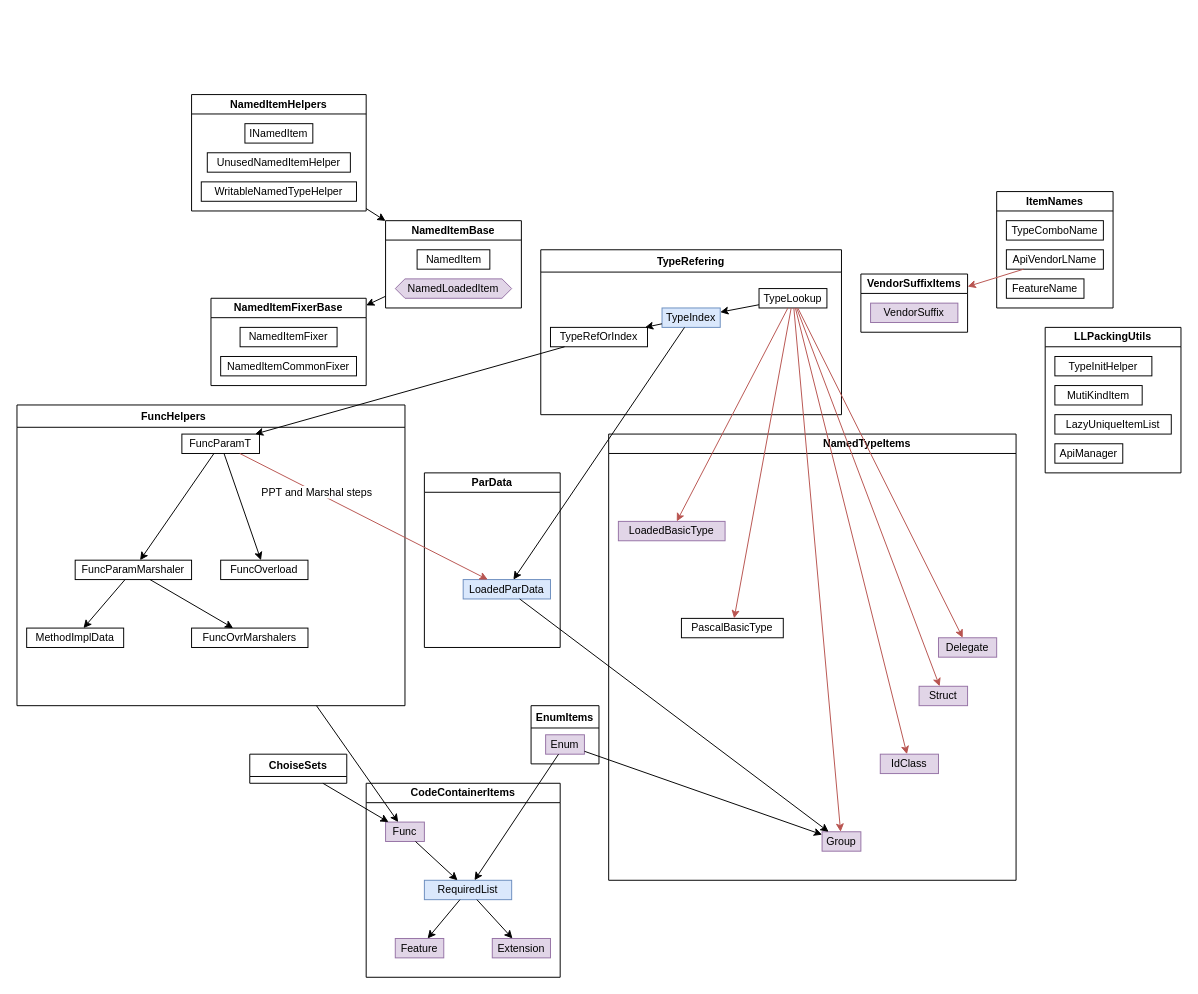
Above: Packing/Template/LowLvl/Types.drawio in SunSerega/POCGL (draw.io), before the change. Source tidied: cells renumbered, new cells numbered last; positions are measured from the earlier drawing's top-left corner, leaving out a move shared by most shapes. Both pictures are drawn from the tidied source at 97%, with x=0, y=0 at pixel (16, 94).
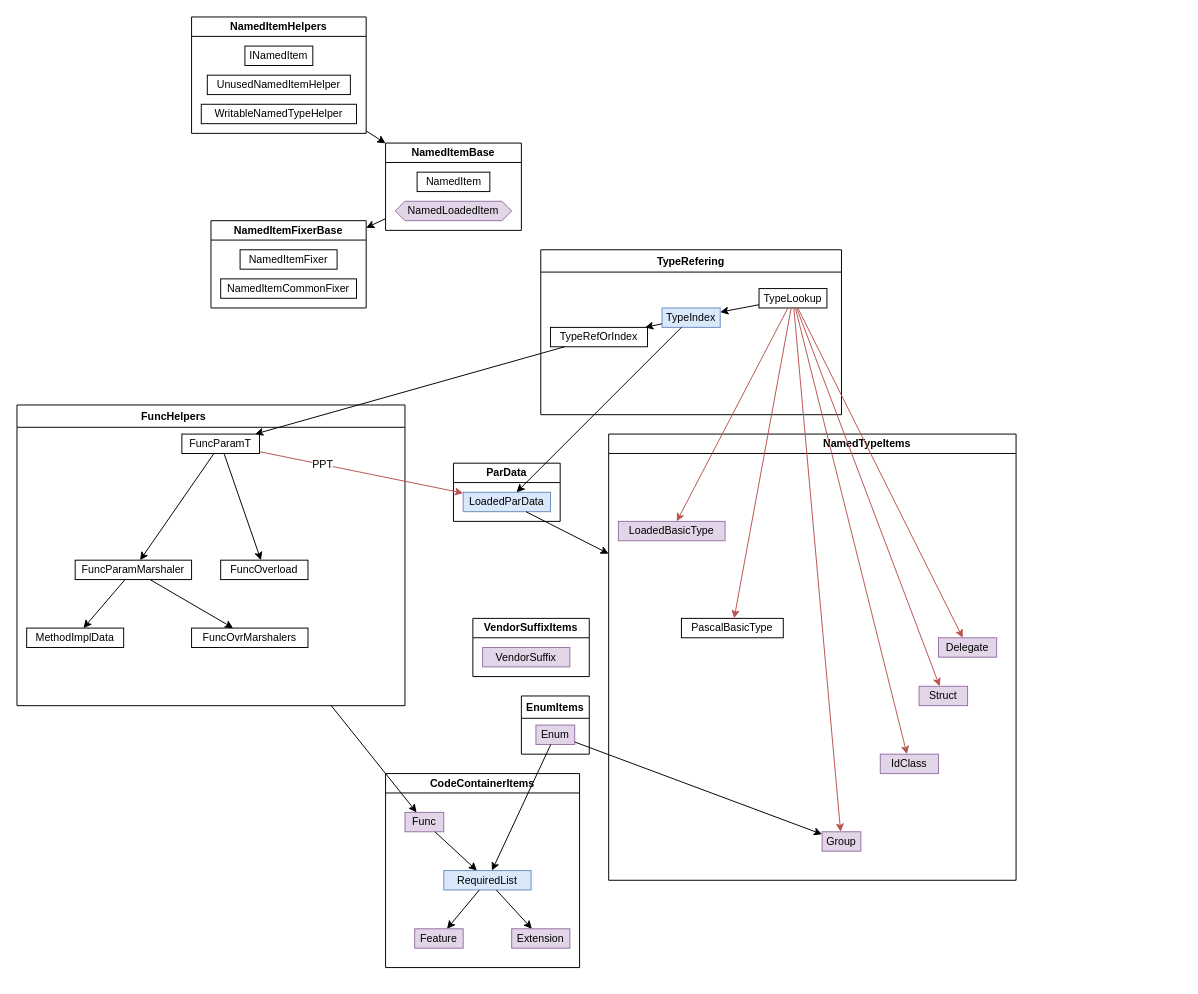
After the change.

The change refers to these unchanged cells:
```xml
<mxCell id="3" value="FuncParamT" style="rounded=0;whiteSpace=wrap;html=1;fontFamily=Cascadia Code;fontSize=11;fontColor=default;" parent="2" vertex="1">
  <mxGeometry x="170" y="30" width="80" height="20" as="geometry" />
</mxCell>
<mxCell id="17" value="&amp;nbsp; &amp;nbsp; &amp;nbsp; &amp;nbsp; &amp;nbsp; &amp;nbsp; &amp;nbsp; &amp;nbsp; &amp;nbsp; &amp;nbsp; &amp;nbsp; &amp;nbsp; &amp;nbsp; &amp;nbsp; &amp;nbsp; &amp;nbsp; &amp;nbsp; &amp;nbsp; &amp;nbsp;NamedTypeItems" style="swimlane;whiteSpace=wrap;html=1;fontFamily=Cascadia Code;fontSize=11;fontColor=default;startSize=20;" parent="1" vertex="1">
  <mxGeometry x="610" y="350" width="420" height="460" as="geometry" />
</mxCell>
<mxCell id="18" value="Group" style="rounded=0;whiteSpace=wrap;html=1;fontFamily=Cascadia Code;fontSize=11;fillColor=#e1d5e7;strokeColor=#9673a6;" parent="17" vertex="1">
  <mxGeometry x="220" y="410" width="40" height="20" as="geometry" />
</mxCell>
<mxCell id="34" value="Func" style="rounded=0;whiteSpace=wrap;html=1;fontFamily=Cascadia Code;fontSize=11;fillColor=#e1d5e7;strokeColor=#9673a6;" parent="33" vertex="1">
  <mxGeometry x="20" y="40" width="40" height="20" as="geometry" />
</mxCell>
```

Diff of the diagram source:
```diff
@@
-    <mxCell id="12" value="LLPackingUtils" style="swimlane;whiteSpace=wrap;html=1;fontFamily=Cascadia Code;fontSize=11;fontColor=default;startSize=20;" parent="1" vertex="1">
-      <mxGeometry x="1060" y="240" width="140" height="150" as="geometry" />
-    </mxCell>
-    <mxCell id="13" value="LazyUniqueItemList" style="rounded=0;whiteSpace=wrap;html=1;fontFamily=Cascadia Code;fontSize=11;fontColor=default;" parent="12" vertex="1">
-      <mxGeometry x="10" y="90" width="120" height="20" as="geometry" />
-    </mxCell>
-    <mxCell id="14" value="ApiManager" style="rounded=0;whiteSpace=wrap;html=1;fontFamily=Cascadia Code;fontSize=11;fontColor=default;" parent="12" vertex="1">
-      <mxGeometry x="10" y="120" width="70" height="20" as="geometry" />
-    </mxCell>
-    <mxCell id="15" value="TypeInitHelper" style="rounded=0;whiteSpace=wrap;html=1;fontFamily=Cascadia Code;fontSize=11;fontColor=default;" parent="12" vertex="1">
-      <mxGeometry x="10" y="30" width="100" height="20" as="geometry" />
-    </mxCell>
-    <mxCell id="16" value="MutiKindItem" style="rounded=0;whiteSpace=wrap;html=1;fontFamily=Cascadia Code;fontSize=11;fontColor=default;" parent="12" vertex="1">
-      <mxGeometry x="10" y="60" width="90" height="20" as="geometry" />
-    </mxCell>
@@
     <mxCell id="30" value="EnumItems" style="swimlane;whiteSpace=wrap;html=1;fontFamily=Cascadia Code;fontSize=11;fontColor=default;" parent="1" vertex="1">
-      <mxGeometry x="530" y="630" width="70" height="60" as="geometry" />
+      <mxGeometry x="520" y="620" width="70" height="60" as="geometry" />
     </mxCell>
@@
-    <mxCell id="32" value="ChoiseSets" style="swimlane;whiteSpace=wrap;html=1;fontFamily=Cascadia Code;fontSize=11;fontColor=default;" parent="1" vertex="1" collapsed="1">
-      <mxGeometry x="240" y="680" width="100" height="30" as="geometry" />
-    </mxCell>
     <mxCell id="33" value="CodeContainerItems" style="swimlane;whiteSpace=wrap;html=1;fontFamily=Cascadia Code;fontSize=11;fontColor=default;noLabel=0;startSize=20;" parent="1" vertex="1">
-      <mxGeometry x="360" y="710" width="200" height="200" as="geometry" />
+      <mxGeometry x="380" y="700" width="200" height="200" as="geometry" />
     </mxCell>
@@
     <mxCell id="41" value="VendorSuffixItems" style="swimlane;whiteSpace=wrap;html=1;fontFamily=Cascadia Code;fontSize=11;fontColor=default;startSize=20;" parent="1" vertex="1">
-      <mxGeometry x="870" y="185" width="110" height="60" as="geometry" />
+      <mxGeometry x="470" y="540" width="120" height="60" as="geometry" />
     </mxCell>
@@
     <mxCell id="43" value="ParData" style="swimlane;whiteSpace=wrap;html=1;fontFamily=Cascadia Code;fontSize=11;fontColor=default;startSize=20;" parent="1" vertex="1">
-      <mxGeometry x="420" y="390" width="140" height="180" as="geometry" />
+      <mxGeometry x="450" y="380" width="110" height="60" as="geometry" />
     </mxCell>
     <mxCell id="44" value="LoadedParData" style="rounded=0;whiteSpace=wrap;html=1;fontFamily=Cascadia Code;fontSize=11;fillColor=#dae8fc;strokeColor=#6c8ebf;" parent="43" vertex="1">
-      <mxGeometry x="40" y="110" width="90" height="20" as="geometry" />
+      <mxGeometry x="10" y="30" width="90" height="20" as="geometry" />
     </mxCell>
     <mxCell id="45" value="NamedItemBase" style="swimlane;whiteSpace=wrap;html=1;fontFamily=Cascadia Code;fontSize=11;fontColor=default;startSize=20;" parent="1" vertex="1">
-      <mxGeometry x="380" y="130" width="140" height="90" as="geometry" />
+      <mxGeometry x="380" y="50" width="140" height="90" as="geometry" />
     </mxCell>
@@
     <mxCell id="48" value="NamedItemFixerBase" style="swimlane;whiteSpace=wrap;html=1;fontFamily=Cascadia Code;fontSize=11;fontColor=default;startSize=20;" parent="1" vertex="1">
-      <mxGeometry x="200" y="210" width="160" height="90" as="geometry" />
+      <mxGeometry x="200" y="130" width="160" height="90" as="geometry" />
     </mxCell>
@@
-    <mxCell id="51" value="ItemNames" style="swimlane;whiteSpace=wrap;html=1;fontFamily=Cascadia Code;fontSize=11;fontColor=default;startSize=20;" parent="1" vertex="1">
-      <mxGeometry x="1010" y="100" width="120" height="120" as="geometry" />
-    </mxCell>
-    <mxCell id="52" value="ApiVendorLName" style="rounded=0;whiteSpace=wrap;html=1;fontFamily=Cascadia Code;fontSize=11;fontColor=default;" parent="51" vertex="1">
-      <mxGeometry x="10" y="60" width="100" height="20" as="geometry" />
-    </mxCell>
-    <mxCell id="53" value="FeatureName" style="rounded=0;whiteSpace=wrap;html=1;fontFamily=Cascadia Code;fontSize=11;fontColor=default;" parent="51" vertex="1">
-      <mxGeometry x="10" y="90" width="80" height="20" as="geometry" />
-    </mxCell>
-    <mxCell id="54" value="TypeComboName" style="rounded=0;whiteSpace=wrap;html=1;fontFamily=Cascadia Code;fontSize=11;fontColor=default;" parent="51" vertex="1">
-      <mxGeometry x="10" y="30" width="100" height="20" as="geometry" />
-    </mxCell>
     <mxCell id="55" value="NamedItemHelpers" style="swimlane;whiteSpace=wrap;html=1;fontFamily=Cascadia Code;fontSize=11;fontColor=default;startSize=20;" parent="1" vertex="1">
-      <mxGeometry x="180" width="180" height="120" as="geometry" />
+      <mxGeometry x="180" y="-80" width="180" height="120" as="geometry" />
     </mxCell>
@@
-    <mxCell id="61" style="edgeStyle=none;shape=connector;rounded=0;jettySize=auto;html=1;labelBackgroundColor=default;strokeColor=default;fontFamily=Cascadia Code;fontSize=11;fontColor=default;endArrow=classic;endFill=1;" parent="1" edge="1" source="32" target="34">
-      <mxGeometry relative="1" as="geometry" />
-    </mxCell>
@@
-    <mxCell id="70" value="PPT and Marshal steps" style="edgeStyle=none;shape=connector;rounded=0;jettySize=auto;html=1;labelBackgroundColor=default;strokeColor=#b85450;fontFamily=Cascadia Code;fontSize=11;fontColor=default;endArrow=classic;endFill=1;fillColor=#f8cecc;" parent="1" edge="1" source="3" target="44">
+    <mxCell id="70" value="PPT" style="edgeStyle=none;shape=connector;rounded=0;jettySize=auto;html=1;labelBackgroundColor=default;strokeColor=#b85450;fontFamily=Cascadia Code;fontSize=11;fontColor=default;endArrow=classic;endFill=1;fillColor=#f8cecc;" parent="1" edge="1" source="3" target="44">
       <mxGeometry x="-0.38" relative="1" as="geometry" />
     </mxCell>
-    <mxCell id="71" style="edgeStyle=none;shape=connector;rounded=0;jettySize=auto;html=1;labelBackgroundColor=default;strokeColor=default;fontFamily=Cascadia Code;fontSize=11;fontColor=default;endArrow=classic;endFill=1;" parent="1" edge="1" source="44" target="18">
+    <mxCell id="71" style="edgeStyle=none;shape=connector;rounded=0;jettySize=auto;html=1;labelBackgroundColor=default;strokeColor=default;fontFamily=Cascadia Code;fontSize=11;fontColor=default;endArrow=classic;endFill=1;" parent="1" edge="1" source="44" target="17">
       <mxGeometry relative="1" as="geometry" />
     </mxCell>
@@
-    <mxCell id="74" style="edgeStyle=none;shape=connector;rounded=0;jettySize=auto;html=1;labelBackgroundColor=default;strokeColor=#b85450;fontFamily=Cascadia Code;fontSize=11;fontColor=default;endArrow=classic;endFill=1;fillColor=#f8cecc;" parent="1" edge="1" source="52" target="41">
-      <mxGeometry relative="1" as="geometry" />
-    </mxCell>
```
